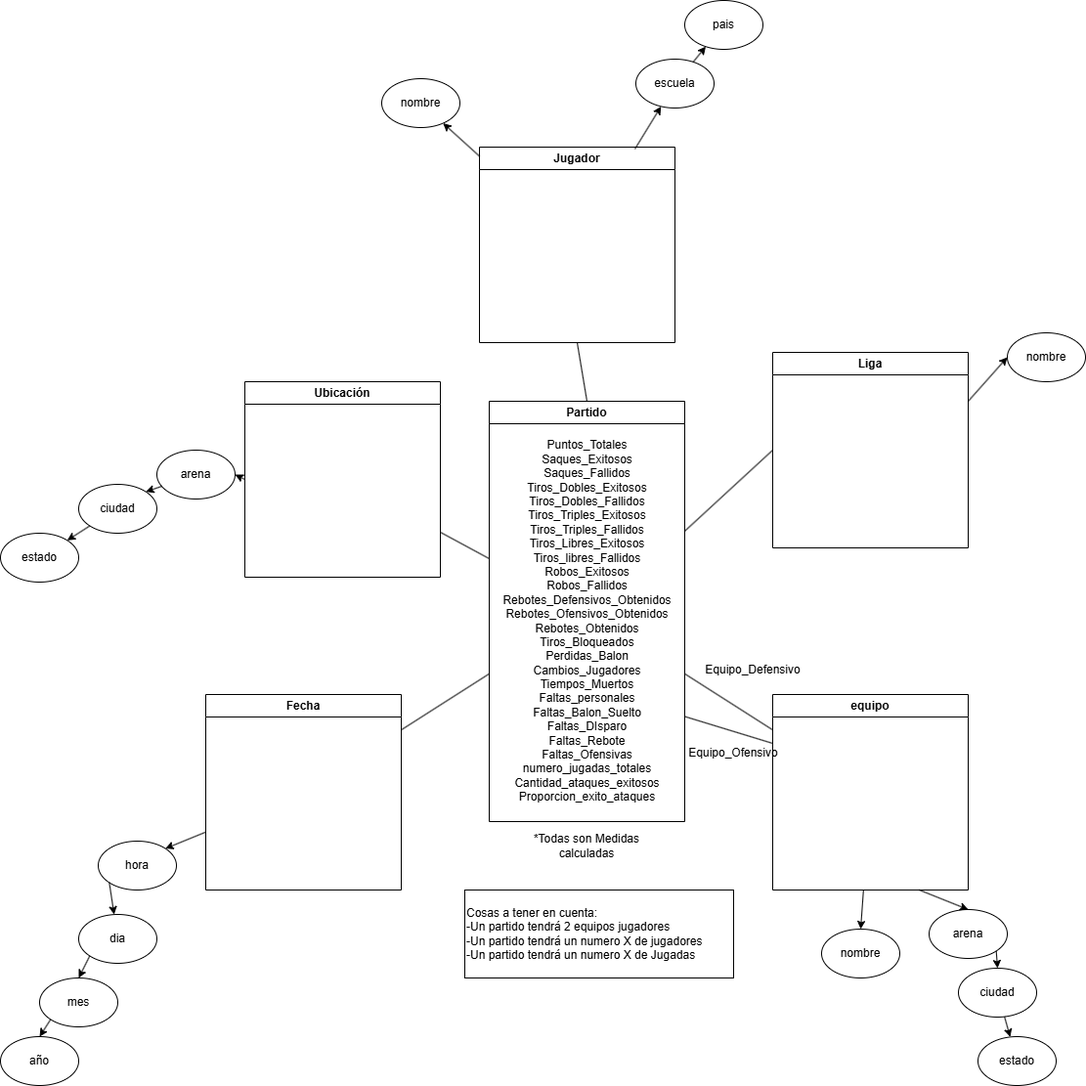
Above: NBA esquema conceptual.png in danielbo22/TFG-NBA (draw.io), before the change. Source tidied: cells renumbered, new cells last; positions are measured from the earlier drawing's top-left corner, leaving out a move shared by most shapes.
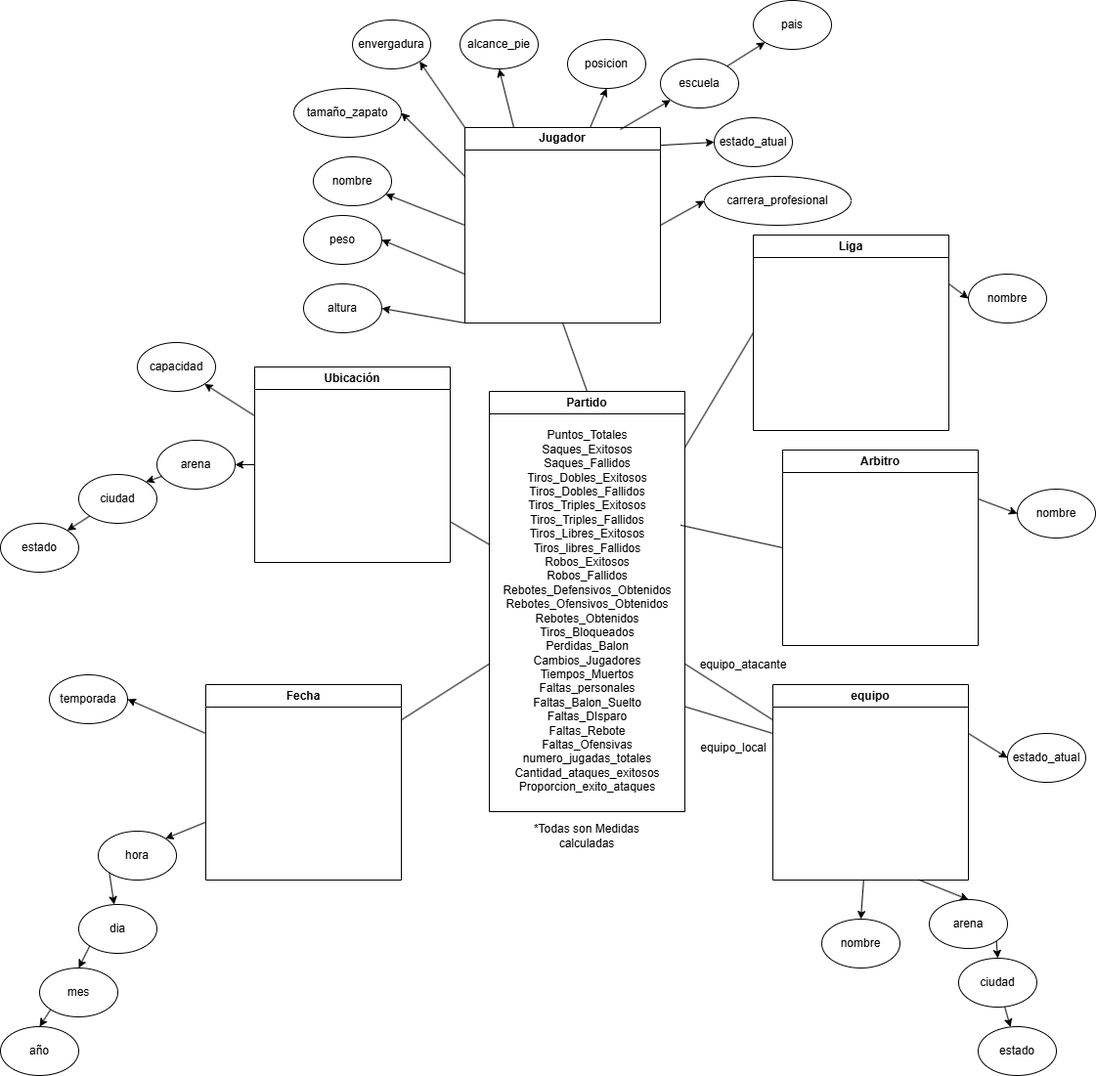
Later version of the same file.

Commit message:
esquema conceptual correguido

Change to the diagram source:
```diff
@@ -12,13 +12,13 @@
       <mxGeometry x="790" y="710" width="200" height="200" as="geometry" />
     </mxCell>
     <mxCell id="5" value="Jugador" style="swimlane;whiteSpace=wrap;html=1;" parent="1" vertex="1">
-      <mxGeometry x="490" y="150" width="200" height="200" as="geometry" />
+      <mxGeometry x="475" y="140" width="200" height="200" as="geometry" />
     </mxCell>
     <mxCell id="6" value="Fecha" style="swimlane;whiteSpace=wrap;html=1;" parent="1" vertex="1">
       <mxGeometry x="210" y="710" width="200" height="200" as="geometry" />
     </mxCell>
     <mxCell id="7" value="Ubicación" style="swimlane;whiteSpace=wrap;html=1;" parent="1" vertex="1">
-      <mxGeometry x="250" y="390" width="200" height="200" as="geometry" />
+      <mxGeometry x="260" y="385" width="200" height="200" as="geometry" />
     </mxCell>
     <mxCell id="8" value="hora" style="ellipse;whiteSpace=wrap;html=1;" parent="1" vertex="1">
       <mxGeometry x="100" y="860" width="80" height="50" as="geometry" />
@@ -63,13 +63,13 @@
       <mxGeometry relative="1" as="geometry" />
     </mxCell>
     <mxCell id="22" value="nombre" style="ellipse;whiteSpace=wrap;html=1;" parent="1" vertex="1">
-      <mxGeometry x="390" y="80" width="80" height="50" as="geometry" />
+      <mxGeometry x="320" y="170" width="80" height="50" as="geometry" />
     </mxCell>
     <mxCell id="23" value="escuela" style="ellipse;whiteSpace=wrap;html=1;" parent="1" vertex="1">
-      <mxGeometry x="650" y="60" width="80" height="50" as="geometry" />
+      <mxGeometry x="675" y="70" width="80" height="50" as="geometry" />
     </mxCell>
     <mxCell id="24" value="pais" style="ellipse;whiteSpace=wrap;html=1;" parent="1" vertex="1">
-      <mxGeometry x="700" width="80" height="50" as="geometry" />
+      <mxGeometry x="770" y="10" width="80" height="50" as="geometry" />
     </mxCell>
     <mxCell id="25" value="nombre" style="ellipse;whiteSpace=wrap;html=1;" parent="1" vertex="1">
       <mxGeometry x="840" y="950" width="80" height="50" as="geometry" />
@@ -110,18 +110,12 @@
     <mxCell id="37" style="endArrow=none;html=1;rounded=0;exitX=1;exitY=0.75;exitDx=0;exitDy=0;entryX=0;entryY=0.25;entryDx=0;entryDy=0;" parent="1" edge="1" source="2" target="4">
       <mxGeometry relative="1" as="geometry" />
     </mxCell>
-    <mxCell id="38" value="Equipo_Defensivo" style="text;html=1;align=center;verticalAlign=middle;whiteSpace=wrap;rounded=0;" parent="1" vertex="1">
-      <mxGeometry x="740" y="670" width="60" height="30" as="geometry" />
+    <mxCell id="38" value="equipo_local" style="text;html=1;align=center;verticalAlign=middle;whiteSpace=wrap;rounded=0;" parent="1" vertex="1">
+      <mxGeometry x="720" y="760" width="60" height="30" as="geometry" />
     </mxCell>
-    <mxCell id="39" value="Equipo_Ofensivo" style="text;html=1;align=center;verticalAlign=middle;whiteSpace=wrap;rounded=0;" parent="1" vertex="1">
-      <mxGeometry x="720" y="750" width="60" height="40" as="geometry" />
+    <mxCell id="39" value="equipo_atacante" style="text;html=1;align=center;verticalAlign=middle;whiteSpace=wrap;rounded=0;" parent="1" vertex="1">
+      <mxGeometry x="730" y="670" width="60" height="40" as="geometry" />
     </mxCell>
-    <mxCell id="40" style="rounded=0;whiteSpace=wrap;html=1;" parent="1" vertex="1">
-      <mxGeometry x="475" y="910" width="275" height="90" as="geometry" />
-    </mxCell>
-    <mxCell id="41" value="Cosas a tener en cuenta:&lt;div&gt;-Un partido tendrá 2 equipos jugadores&lt;/div&gt;&lt;div&gt;-Un partido tendrá un numero X de jugadores&lt;/div&gt;&lt;div&gt;-Un partido tendrá un numero X de Jugadas&lt;/div&gt;" style="text;html=1;align=left;verticalAlign=middle;whiteSpace=wrap;rounded=0;" parent="1" vertex="1">
-      <mxGeometry x="475" y="910" width="275" height="90" as="geometry" />
-    </mxCell>
     <mxCell id="42" style="endArrow=none;html=1;rounded=0;exitX=0.5;exitY=0;exitDx=0;exitDy=0;entryX=0.5;entryY=1;entryDx=0;entryDy=0;" parent="1" edge="1" source="2" target="5">
       <mxGeometry relative="1" as="geometry" />
     </mxCell>
@@ -131,14 +125,14 @@
     <mxCell id="44" style="endArrow=classic;html=1;rounded=0;" parent="1" edge="1" source="23" target="24">
       <mxGeometry relative="1" as="geometry" />
     </mxCell>
-    <mxCell id="45" style="endArrow=classic;html=1;rounded=0;" parent="1" edge="1" source="5" target="22">
+    <mxCell id="45" style="endArrow=classic;html=1;rounded=0;exitX=0;exitY=0.5;exitDx=0;exitDy=0;" parent="1" edge="1" source="5" target="22">
       <mxGeometry relative="1" as="geometry" />
     </mxCell>
     <mxCell id="46" value="Liga" style="swimlane;whiteSpace=wrap;html=1;" parent="1" vertex="1">
-      <mxGeometry x="790" y="360" width="200" height="200" as="geometry" />
+      <mxGeometry x="770" y="250" width="200" height="200" as="geometry" />
     </mxCell>
     <mxCell id="47" value="nombre" style="ellipse;whiteSpace=wrap;html=1;" parent="1" vertex="1">
-      <mxGeometry x="1030" y="340" width="80" height="50" as="geometry" />
+      <mxGeometry x="990" y="290" width="80" height="50" as="geometry" />
     </mxCell>
     <mxCell id="48" style="endArrow=classic;html=1;rounded=0;exitX=1;exitY=0.25;exitDx=0;exitDy=0;entryX=0;entryY=0.5;entryDx=0;entryDy=0;" parent="1" edge="1" source="46" target="47">
       <mxGeometry relative="1" as="geometry" />
@@ -146,5 +140,83 @@
     <mxCell id="49" style="endArrow=none;html=1;rounded=0;entryX=0;entryY=0.5;entryDx=0;entryDy=0;" parent="1" edge="1" source="3" target="46">
       <mxGeometry relative="1" as="geometry" />
     </mxCell>
+    <mxCell id="50" value="posicion" style="ellipse;whiteSpace=wrap;html=1;" parent="1" vertex="1">
+      <mxGeometry x="580" y="50" width="80" height="50" as="geometry" />
+    </mxCell>
+    <mxCell id="51" style="endArrow=classic;html=1;rounded=0;exitX=0.642;exitY=-0.003;exitDx=0;exitDy=0;exitPerimeter=0;entryX=0.5;entryY=1;entryDx=0;entryDy=0;" parent="1" edge="1" source="5" target="50">
+      <mxGeometry relative="1" as="geometry" />
+    </mxCell>
+    <mxCell id="52" value="estado_atual" style="ellipse;whiteSpace=wrap;html=1;" parent="1" vertex="1">
+      <mxGeometry x="730" y="130" width="80" height="50" as="geometry" />
+    </mxCell>
+    <mxCell id="53" style="endArrow=classic;html=1;rounded=0;exitX=0.999;exitY=0.091;exitDx=0;exitDy=0;exitPerimeter=0;entryX=0;entryY=0.5;entryDx=0;entryDy=0;" parent="1" edge="1" source="5" target="52">
+      <mxGeometry relative="1" as="geometry" />
+    </mxCell>
+    <mxCell id="54" value="Arbitro" style="swimlane;whiteSpace=wrap;html=1;" parent="1" vertex="1">
+      <mxGeometry x="800" y="470" width="200" height="200" as="geometry" />
+    </mxCell>
+    <mxCell id="55" value="nombre" style="ellipse;whiteSpace=wrap;html=1;" parent="1" vertex="1">
+      <mxGeometry x="1040" y="510" width="80" height="50" as="geometry" />
+    </mxCell>
+    <mxCell id="56" style="endArrow=classic;html=1;rounded=0;exitX=1;exitY=0.25;exitDx=0;exitDy=0;entryX=0;entryY=0.5;entryDx=0;entryDy=0;" parent="1" edge="1" source="54" target="55">
+      <mxGeometry relative="1" as="geometry" />
+    </mxCell>
+    <mxCell id="57" style="endArrow=none;html=1;rounded=0;exitX=0.978;exitY=0.274;exitDx=0;exitDy=0;exitPerimeter=0;entryX=0;entryY=0.5;entryDx=0;entryDy=0;" parent="1" edge="1" source="3" target="54">
+      <mxGeometry relative="1" as="geometry" />
+    </mxCell>
+    <mxCell id="58" value="estado_atual" style="ellipse;whiteSpace=wrap;html=1;" parent="1" vertex="1">
+      <mxGeometry x="1030" y="760" width="80" height="50" as="geometry" />
+    </mxCell>
+    <mxCell id="59" style="endArrow=classic;html=1;rounded=0;exitX=1;exitY=0.25;exitDx=0;exitDy=0;entryX=0;entryY=0.5;entryDx=0;entryDy=0;" parent="1" edge="1" source="4" target="58">
+      <mxGeometry relative="1" as="geometry" />
+    </mxCell>
+    <mxCell id="60" value="temporada" style="ellipse;whiteSpace=wrap;html=1;" parent="1" vertex="1">
+      <mxGeometry x="50" y="700" width="80" height="50" as="geometry" />
+    </mxCell>
+    <mxCell id="61" style="endArrow=classic;html=1;rounded=0;entryX=1;entryY=0.5;entryDx=0;entryDy=0;exitX=0;exitY=0.25;exitDx=0;exitDy=0;" parent="1" edge="1" source="6" target="60">
+      <mxGeometry relative="1" as="geometry" />
+    </mxCell>
+    <mxCell id="62" value="peso" style="ellipse;whiteSpace=wrap;html=1;" parent="1" vertex="1">
+      <mxGeometry x="310" y="230" width="80" height="50" as="geometry" />
+    </mxCell>
+    <mxCell id="63" value="altura" style="ellipse;whiteSpace=wrap;html=1;" parent="1" vertex="1">
+      <mxGeometry x="310" y="300" width="80" height="50" as="geometry" />
+    </mxCell>
+    <mxCell id="64" style="endArrow=classic;html=1;rounded=0;exitX=0;exitY=1;exitDx=0;exitDy=0;entryX=1;entryY=0.5;entryDx=0;entryDy=0;" parent="1" edge="1" source="5" target="63">
+      <mxGeometry relative="1" as="geometry" />
+    </mxCell>
+    <mxCell id="65" style="endArrow=classic;html=1;rounded=0;exitX=0;exitY=0.75;exitDx=0;exitDy=0;entryX=1;entryY=0.5;entryDx=0;entryDy=0;" parent="1" edge="1" source="5" target="62">
+      <mxGeometry relative="1" as="geometry" />
+    </mxCell>
+    <mxCell id="66" value="carrera_profesional" style="ellipse;whiteSpace=wrap;html=1;" parent="1" vertex="1">
+      <mxGeometry x="720" y="190" width="150" height="50" as="geometry" />
+    </mxCell>
+    <mxCell id="67" style="endArrow=classic;html=1;rounded=0;exitX=1;exitY=0.5;exitDx=0;exitDy=0;entryX=0;entryY=0.5;entryDx=0;entryDy=0;" parent="1" edge="1" source="5" target="66">
+      <mxGeometry relative="1" as="geometry" />
+    </mxCell>
+    <mxCell id="68" value="tamaño_zapato" style="ellipse;whiteSpace=wrap;html=1;" parent="1" vertex="1">
+      <mxGeometry x="300" y="100" width="110" height="50" as="geometry" />
+    </mxCell>
+    <mxCell id="69" value="envergadura" style="ellipse;whiteSpace=wrap;html=1;" parent="1" vertex="1">
+      <mxGeometry x="360" y="30" width="80" height="50" as="geometry" />
+    </mxCell>
+    <mxCell id="70" value="alcance_pie" style="ellipse;whiteSpace=wrap;html=1;" parent="1" vertex="1">
+      <mxGeometry x="470" y="30" width="80" height="50" as="geometry" />
+    </mxCell>
+    <mxCell id="71" style="endArrow=classic;html=1;rounded=0;exitX=0.25;exitY=0;exitDx=0;exitDy=0;entryX=0.5;entryY=1;entryDx=0;entryDy=0;" parent="1" edge="1" source="5" target="70">
+      <mxGeometry relative="1" as="geometry" />
+    </mxCell>
+    <mxCell id="72" style="endArrow=classic;html=1;rounded=0;exitX=0;exitY=0;exitDx=0;exitDy=0;entryX=1;entryY=1;entryDx=0;entryDy=0;" parent="1" edge="1" source="5" target="69">
+      <mxGeometry relative="1" as="geometry" />
+    </mxCell>
+    <mxCell id="73" style="endArrow=classic;html=1;rounded=0;exitX=0;exitY=0.25;exitDx=0;exitDy=0;entryX=1;entryY=0.5;entryDx=0;entryDy=0;" parent="1" edge="1" source="5" target="68">
+      <mxGeometry relative="1" as="geometry" />
+    </mxCell>
+    <mxCell id="74" value="capacidad" style="ellipse;whiteSpace=wrap;html=1;" parent="1" vertex="1">
+      <mxGeometry x="140" y="360" width="80" height="50" as="geometry" />
+    </mxCell>
+    <mxCell id="75" style="endArrow=classic;html=1;rounded=0;exitX=0;exitY=0.25;exitDx=0;exitDy=0;entryX=1;entryY=1;entryDx=0;entryDy=0;" parent="1" edge="1" source="7" target="74">
+      <mxGeometry relative="1" as="geometry" />
+    </mxCell>
   </root>
 </mxGraphModel>
```
